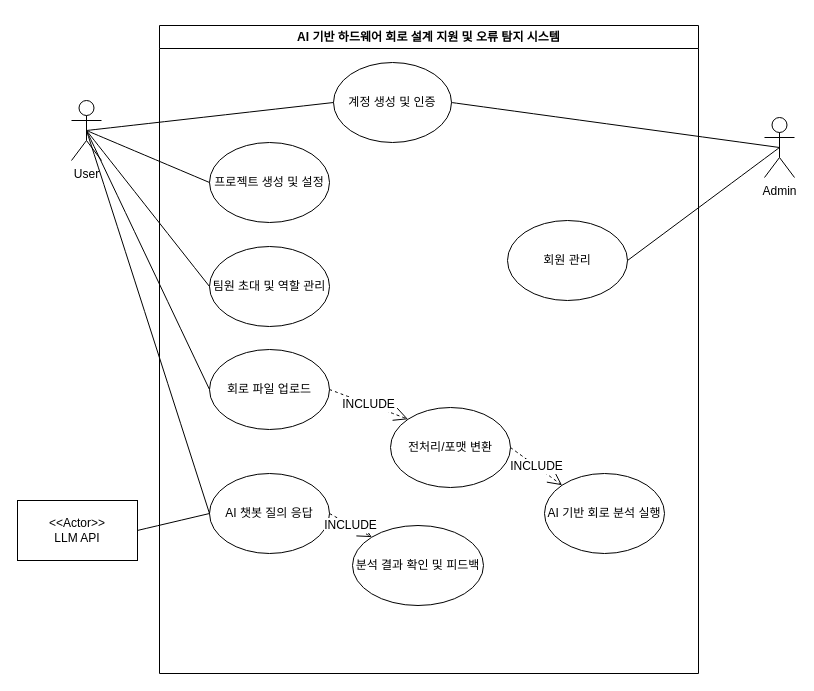
This is Untitled Diagram.drawio from wnthsk/sejujun, a draw.io file, before an edit. Source tidied: cells renumbered, new cells numbered last; positions are measured from the earlier drawing's top-left corner, leaving out a move shared by most shapes. Both pictures are drawn from the tidied source at 100%, with x=0, y=0 at pixel (17, 25).
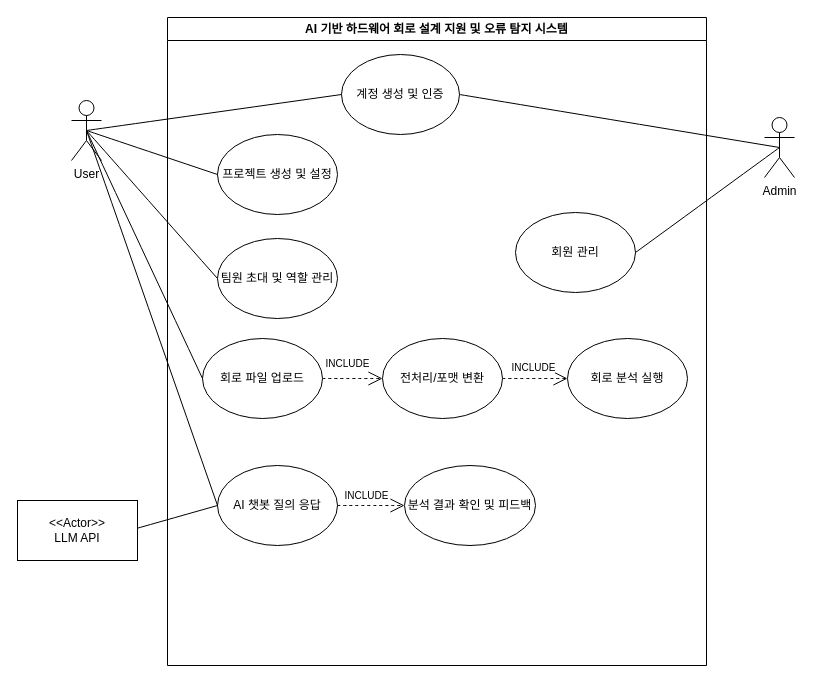
The same page after the edit.

The change refers to these unchanged cells:
```xml
<mxCell id="11" value="AI 챗봇 질의 응답" style="ellipse;whiteSpace=wrap;html=1;" parent="2" vertex="1">
  <mxGeometry x="50" y="448" width="120" height="80" as="geometry" />
</mxCell>
```

The edit, as a diff of the source:
```diff
@@
     <mxCell id="2" value="AI 기반 하드웨어 회로 설계 지원 및 오류 탐지 시스템" style="swimlane;whiteSpace=wrap;html=1;" parent="1" vertex="1">
-      <mxGeometry x="142" width="539" height="648" as="geometry" />
+      <mxGeometry x="150" y="-8" width="539" height="648" as="geometry" />
     </mxCell>
@@
     <mxCell id="6" value="회로 파일 업로드" style="ellipse;whiteSpace=wrap;html=1;" parent="2" vertex="1">
-      <mxGeometry x="50" y="324" width="120" height="80" as="geometry" />
+      <mxGeometry x="35" y="321" width="120" height="80" as="geometry" />
     </mxCell>
     <mxCell id="7" value="전처리/포맷 변환" style="ellipse;whiteSpace=wrap;html=1;" parent="2" vertex="1">
-      <mxGeometry x="231" y="382" width="120" height="80" as="geometry" />
+      <mxGeometry x="215" y="321" width="120" height="80" as="geometry" />
     </mxCell>
@@
-    <mxCell id="9" value="AI 기반 회로 분석 실행" style="ellipse;whiteSpace=wrap;html=1;" parent="2" vertex="1">
-      <mxGeometry x="385" y="448" width="120" height="80" as="geometry" />
+    <mxCell id="9" value="회로 분석 실행" style="ellipse;whiteSpace=wrap;html=1;" parent="2" vertex="1">
+      <mxGeometry x="400" y="321" width="120" height="80" as="geometry" />
     </mxCell>
     <mxCell id="10" value="분석 결과 확인 및 피드백" style="ellipse;whiteSpace=wrap;html=1;" parent="2" vertex="1">
-      <mxGeometry x="193" y="500" width="131" height="80" as="geometry" />
+      <mxGeometry x="237" y="448" width="131" height="80" as="geometry" />
     </mxCell>
@@
-    <mxCell id="12" value="INCLUDE" style="endArrow=open;endSize=12;dashed=1;html=1;rounded=0;fontSize=12;curved=1;exitX=1;exitY=0.5;exitDx=0;exitDy=0;entryX=0;entryY=0;entryDx=0;entryDy=0;" parent="2" edge="1" source="6" target="7">
-      <mxGeometry relative="1" as="geometry" />
+    <mxCell id="12" value="&lt;font style=&quot;font-size: 10px;&quot;&gt;INCLUDE&lt;/font&gt;" style="endArrow=open;endSize=12;dashed=1;html=1;rounded=0;fontSize=12;curved=1;exitX=1;exitY=0.5;exitDx=0;exitDy=0;entryX=0;entryY=0.5;entryDx=0;entryDy=0;" parent="2" edge="1" source="6" target="7">
+      <mxGeometry x="-0.16" y="15" relative="1" as="geometry" />
     </mxCell>
-    <mxCell id="13" value="INCLUDE" style="endArrow=open;endSize=12;dashed=1;html=1;rounded=0;fontSize=12;curved=1;exitX=1;exitY=0.5;exitDx=0;exitDy=0;entryX=0;entryY=0;entryDx=0;entryDy=0;" parent="2" edge="1" source="7" target="9">
-      <mxGeometry relative="1" as="geometry" />
+    <mxCell id="13" value="&lt;font style=&quot;font-size: 10px;&quot;&gt;INCLUDE&lt;/font&gt;" style="endArrow=open;endSize=12;dashed=1;html=1;rounded=0;fontSize=12;curved=1;exitX=1;exitY=0.5;exitDx=0;exitDy=0;entryX=0;entryY=0.5;entryDx=0;entryDy=0;" parent="2" edge="1" source="7" target="9">
+      <mxGeometry x="-0.05" y="11" relative="1" as="geometry" />
     </mxCell>
-    <mxCell id="14" value="INCLUDE" style="endArrow=open;endSize=12;dashed=1;html=1;rounded=0;fontSize=12;curved=1;exitX=1;exitY=0.5;exitDx=0;exitDy=0;entryX=0;entryY=0;entryDx=0;entryDy=0;" parent="2" edge="1" source="11" target="10">
-      <mxGeometry relative="1" as="geometry" />
+    <mxCell id="14" value="&lt;font style=&quot;font-size: 10px;&quot;&gt;INCLUDE&lt;/font&gt;" style="endArrow=open;endSize=12;dashed=1;html=1;rounded=0;fontSize=12;curved=1;exitX=1;exitY=0.5;exitDx=0;exitDy=0;entryX=0;entryY=0.5;entryDx=0;entryDy=0;" parent="2" edge="1" source="11" target="10">
+      <mxGeometry x="-0.13" y="10" relative="1" as="geometry" />
     </mxCell>
```
